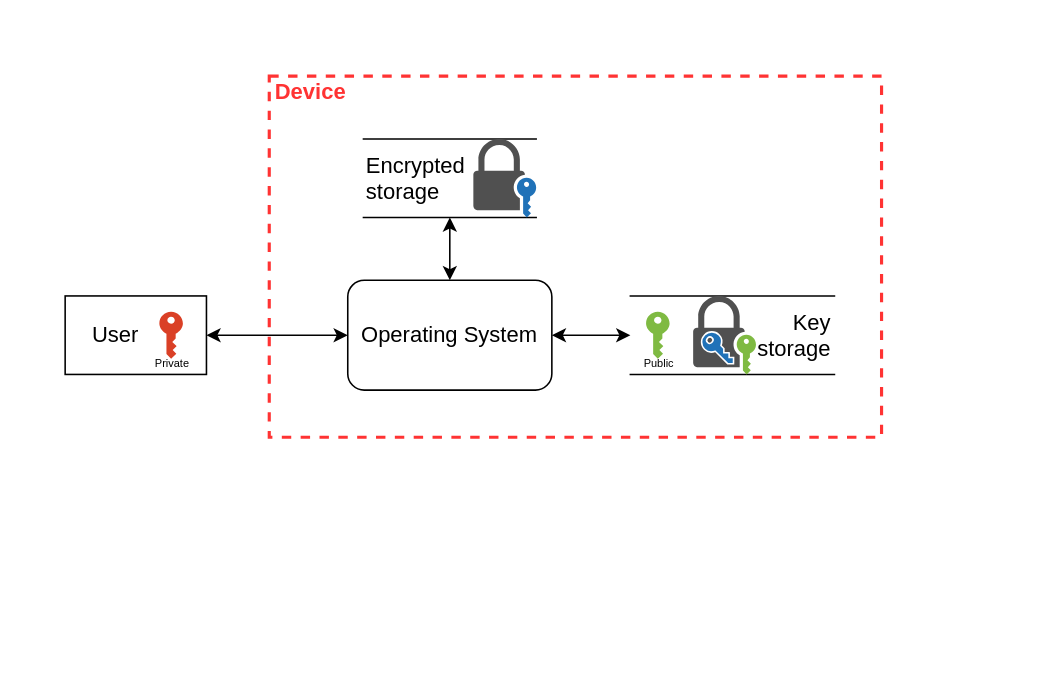
Before: dfds/DAR-level-1-crypto-device.drawio in kkredit/confronting-wicked-crypto, a draw.io diagram. Source tidied: cells renumbered, new cells numbered last; positions are measured from the earlier drawing's top-left corner, leaving out a move shared by most shapes. Both pictures are drawn from the tidied source at 157%, with x=0, y=0 at pixel (64, 75).
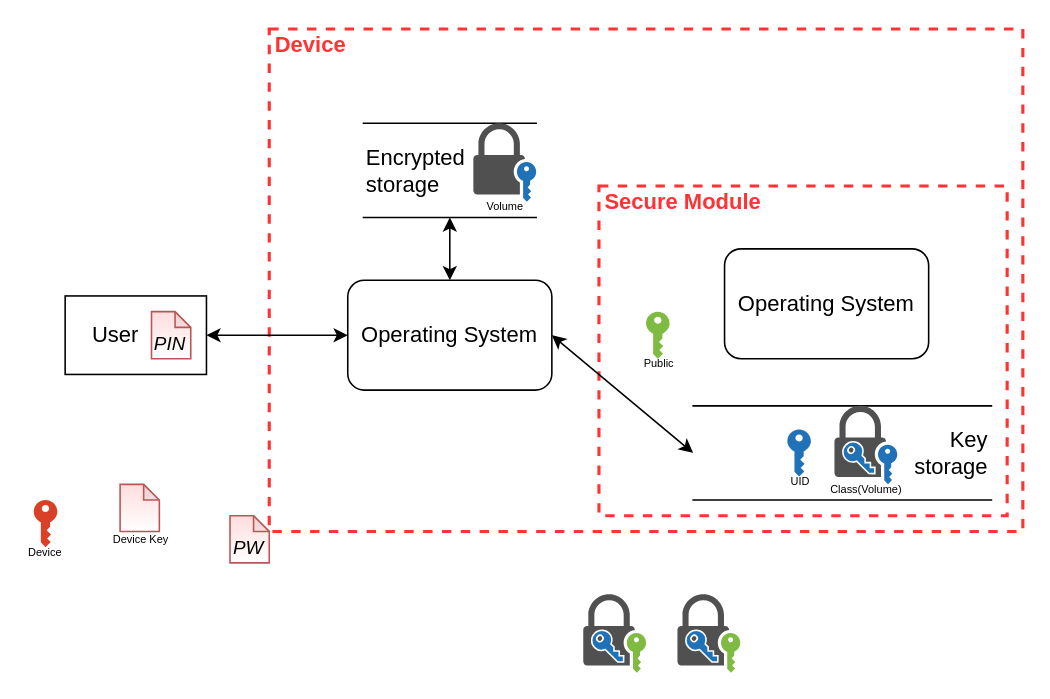
Above is the later version.

What changed in the source:
```diff
@@
+    <mxCell id="16" value="&lt;font style=&quot;font-size: 14px&quot;&gt;Secure Module&lt;/font&gt;" style="html=1;fontColor=#FF3333;fontStyle=1;align=left;verticalAlign=top;spacing=0;labelBorderColor=none;fillColor=none;dashed=1;strokeWidth=2;strokeColor=#FF3333;spacingLeft=4;spacingTop=-3;" parent="1" vertex="1">
+      <mxGeometry x="340" y="70" width="260" height="210" as="geometry" />
+    </mxCell>
     <mxCell id="2" value="&lt;font style=&quot;font-size: 14px&quot;&gt;Device&lt;/font&gt;" style="html=1;fontColor=#FF3333;fontStyle=1;align=left;verticalAlign=top;spacing=0;labelBorderColor=none;fillColor=none;dashed=1;strokeWidth=2;strokeColor=#FF3333;spacingLeft=4;spacingTop=-3;" parent="1" vertex="1">
-      <mxGeometry x="130" width="390" height="230" as="geometry" />
+      <mxGeometry x="130" y="-30" width="480" height="320" as="geometry" />
     </mxCell>
     <mxCell id="3" value="&lt;blockquote style=&quot;margin: 0 0 0 40px ; border: none ; padding: 0px&quot;&gt;&lt;/blockquote&gt;&lt;span style=&quot;font-size: 14px&quot;&gt;Key&lt;/span&gt;&lt;br&gt;&lt;font style=&quot;font-size: 14px&quot;&gt;storage&lt;/font&gt;" style="shape=partialRectangle;whiteSpace=wrap;html=1;left=0;right=0;fillColor=none;align=right;" parent="1" vertex="1">
-      <mxGeometry x="360" y="140" width="130" height="50" as="geometry" />
+      <mxGeometry x="400" y="210" width="190" height="60" as="geometry" />
     </mxCell>
@@
     <mxCell id="7" value="&lt;font style=&quot;font-size: 14px&quot;&gt;&lt;font style=&quot;font-size: 14px&quot;&gt;Encrypted&lt;br&gt;&lt;/font&gt;storage&lt;/font&gt;" style="shape=partialRectangle;whiteSpace=wrap;html=1;left=0;right=0;fillColor=none;align=left;" parent="1" vertex="1">
-      <mxGeometry x="190" y="40" width="110" height="50" as="geometry" />
+      <mxGeometry x="190" y="30" width="110" height="60" as="geometry" />
     </mxCell>
@@
-    <mxCell id="9" value="&lt;font style=&quot;font-size: 7px&quot;&gt;Private&lt;/font&gt;" style="shadow=0;dashed=0;html=1;strokeColor=none;labelPosition=center;verticalLabelPosition=bottom;verticalAlign=top;align=center;shape=mxgraph.office.security.key_permissions;fillColor=#DA4026;spacing=0;spacingTop=-10;" parent="1" vertex="1">
-      <mxGeometry x="60" y="150" width="15" height="30" as="geometry" />
+    <mxCell id="9" value="&lt;font style=&quot;font-size: 7px&quot;&gt;Device&amp;nbsp;&lt;/font&gt;" style="shadow=0;dashed=0;html=1;strokeColor=none;labelPosition=center;verticalLabelPosition=bottom;verticalAlign=top;align=center;shape=mxgraph.office.security.key_permissions;fillColor=#DA4026;spacing=0;spacingTop=-10;" parent="1" vertex="1">
+      <mxGeometry x="-20" y="270" width="15" height="30" as="geometry" />
     </mxCell>
@@
-    <mxCell id="11" style="shadow=0;dashed=0;html=1;strokeColor=none;fillColor=#505050;labelPosition=center;verticalLabelPosition=bottom;verticalAlign=top;align=center;shape=mxgraph.office.security.lock_with_key_security_blue;" parent="1" vertex="1">
-      <mxGeometry x="260" y="40" width="40" height="50" as="geometry" />
+    <mxCell id="11" value="&lt;font style=&quot;font-size: 7px&quot;&gt;Volume&lt;/font&gt;" style="shadow=0;dashed=0;html=1;strokeColor=none;fillColor=#505050;labelPosition=center;verticalLabelPosition=bottom;verticalAlign=top;align=center;shape=mxgraph.office.security.lock_with_key_security_blue;spacingTop=-10;spacing=0;" parent="1" vertex="1">
+      <mxGeometry x="260" y="30" width="40" height="50" as="geometry" />
     </mxCell>
@@
     <mxCell id="13" style="group;" parent="1" vertex="1">
-      <mxGeometry x="400" y="140" width="40" height="50" as="geometry" />
+      <mxGeometry x="330" y="330" width="40" height="50" as="geometry" />
     </mxCell>
@@
+    <mxCell id="17" value="&lt;span style=&quot;font-size: 7px&quot;&gt;Device Key&lt;/span&gt;" style="shape=note;html=1;backgroundOutline=1;darkOpacity=0.05;size=10;labelPosition=center;verticalLabelPosition=bottom;align=center;verticalAlign=top;spacingTop=-10;gradientColor=#ffffff;fillColor=#FFDDDD;strokeColor=#BB5555;" parent="1" vertex="1">
+      <mxGeometry x="35" y="260" width="25" height="30" as="geometry" />
+    </mxCell>
+    <mxCell id="18" style="group;" parent="1" vertex="1">
+      <mxGeometry x="105" y="280" width="25" height="30" as="geometry" />
+    </mxCell>
+    <mxCell id="19" style="group;" parent="18" vertex="1">
+      <mxGeometry width="25" height="30" as="geometry" />
+    </mxCell>
+    <mxCell id="20" value="&lt;span style=&quot;font-size: 7px&quot;&gt;&amp;nbsp;&lt;/span&gt;" style="shape=note;html=1;backgroundOutline=1;darkOpacity=0.05;size=10;labelPosition=center;verticalLabelPosition=bottom;align=center;verticalAlign=top;spacingTop=-10;gradientColor=#ffffff;fillColor=#FFDDDD;strokeColor=#BB5555;" parent="19" vertex="1">
+      <mxGeometry width="25" height="30" as="geometry" />
+    </mxCell>
+    <mxCell id="21" value="&lt;i&gt;PW&lt;br&gt;&lt;/i&gt;" style="text;html=1;align=center;verticalAlign=middle;whiteSpace=wrap;rounded=0;dashed=1;dashPattern=1 4;labelBorderColor=none;labelBackgroundColor=none;" parent="19" vertex="1">
+      <mxGeometry x="2" y="13" width="20" height="15" as="geometry" />
+    </mxCell>
+    <mxCell id="22" style="group;" parent="1" vertex="1">
+      <mxGeometry x="55" y="150" width="25" height="30" as="geometry" />
+    </mxCell>
+    <mxCell id="23" value="&lt;span style=&quot;font-size: 7px&quot;&gt;&amp;nbsp;&lt;/span&gt;" style="shape=note;html=1;backgroundOutline=1;darkOpacity=0.05;size=10;labelPosition=center;verticalLabelPosition=bottom;align=center;verticalAlign=top;spacingTop=-10;gradientColor=#ffffff;fillColor=#FFDDDD;strokeColor=#BB5555;" parent="22" vertex="1">
+      <mxGeometry width="25" height="30" as="geometry" />
+    </mxCell>
+    <mxCell id="24" value="&lt;i&gt;PIN&lt;br&gt;&lt;/i&gt;" style="text;html=1;align=center;verticalAlign=middle;whiteSpace=wrap;rounded=0;dashed=1;dashPattern=1 4;labelBorderColor=none;labelBackgroundColor=none;" parent="22" vertex="1">
+      <mxGeometry x="2" y="13" width="20" height="15" as="geometry" />
+    </mxCell>
+    <mxCell id="25" value="&lt;font style=&quot;font-size: 7px&quot;&gt;UID&lt;br&gt;&lt;/font&gt;" style="shadow=0;dashed=0;html=1;strokeColor=none;labelPosition=center;verticalLabelPosition=bottom;verticalAlign=top;align=center;shape=mxgraph.office.security.key_permissions;fillColor=#2072B8;fontSize=12;spacing=0;spacingTop=-10;dashPattern=1 4;labelBackgroundColor=none;" parent="1" vertex="1">
+      <mxGeometry x="460" y="225" width="15" height="30" as="geometry" />
+    </mxCell>
+    <mxCell id="26" style="group;" parent="1" vertex="1">
+      <mxGeometry x="390" y="330" width="40" height="50" as="geometry" />
+    </mxCell>
+    <mxCell id="27" style="shadow=0;dashed=0;html=1;strokeColor=none;fillColor=#505050;labelPosition=center;verticalLabelPosition=bottom;verticalAlign=top;align=center;shape=mxgraph.office.security.lock_with_key_security_green;" parent="26" vertex="1">
+      <mxGeometry width="40" height="50" as="geometry" />
+    </mxCell>
+    <mxCell id="28" style="shadow=0;html=1;labelPosition=center;verticalLabelPosition=bottom;verticalAlign=top;align=center;shape=mxgraph.office.security.key_permissions;fillColor=#2072B8;rotation=-45;strokeColor=#FFFFFF;strokeWidth=1;perimeterSpacing=0;" parent="26" vertex="1">
+      <mxGeometry x="10" y="21" width="13" height="26" as="geometry" />
+    </mxCell>
+    <mxCell id="29" style="group;" parent="1" vertex="1">
+      <mxGeometry x="490" y="210" width="40" height="50" as="geometry" />
+    </mxCell>
+    <mxCell id="30" value="&lt;font style=&quot;font-size: 7px&quot;&gt;Class(Volume)&lt;/font&gt;" style="shadow=0;dashed=0;html=1;strokeColor=none;fillColor=#505050;labelPosition=center;verticalLabelPosition=bottom;verticalAlign=top;align=center;shape=mxgraph.office.security.lock_with_key_security_blue;fontSize=12;dashPattern=1 4;labelBackgroundColor=none;spacing=0;spacingTop=-10;" parent="29" vertex="1">
+      <mxGeometry width="40" height="50" as="geometry" />
+    </mxCell>
+    <mxCell id="31" style="shadow=0;html=1;labelPosition=center;verticalLabelPosition=bottom;verticalAlign=top;align=center;shape=mxgraph.office.security.key_permissions;fillColor=#2072B8;rotation=-45;strokeColor=#FFFFFF;strokeWidth=1;perimeterSpacing=0;" parent="29" vertex="1">
+      <mxGeometry x="10" y="21" width="13" height="26" as="geometry" />
+    </mxCell>
+    <mxCell id="32" value="&lt;font style=&quot;font-size: 14px&quot;&gt;Operating System&lt;/font&gt;" style="rounded=1;whiteSpace=wrap;html=1;" parent="1" vertex="1">
+      <mxGeometry x="420" y="110" width="130" height="70" as="geometry" />
+    </mxCell>
```
